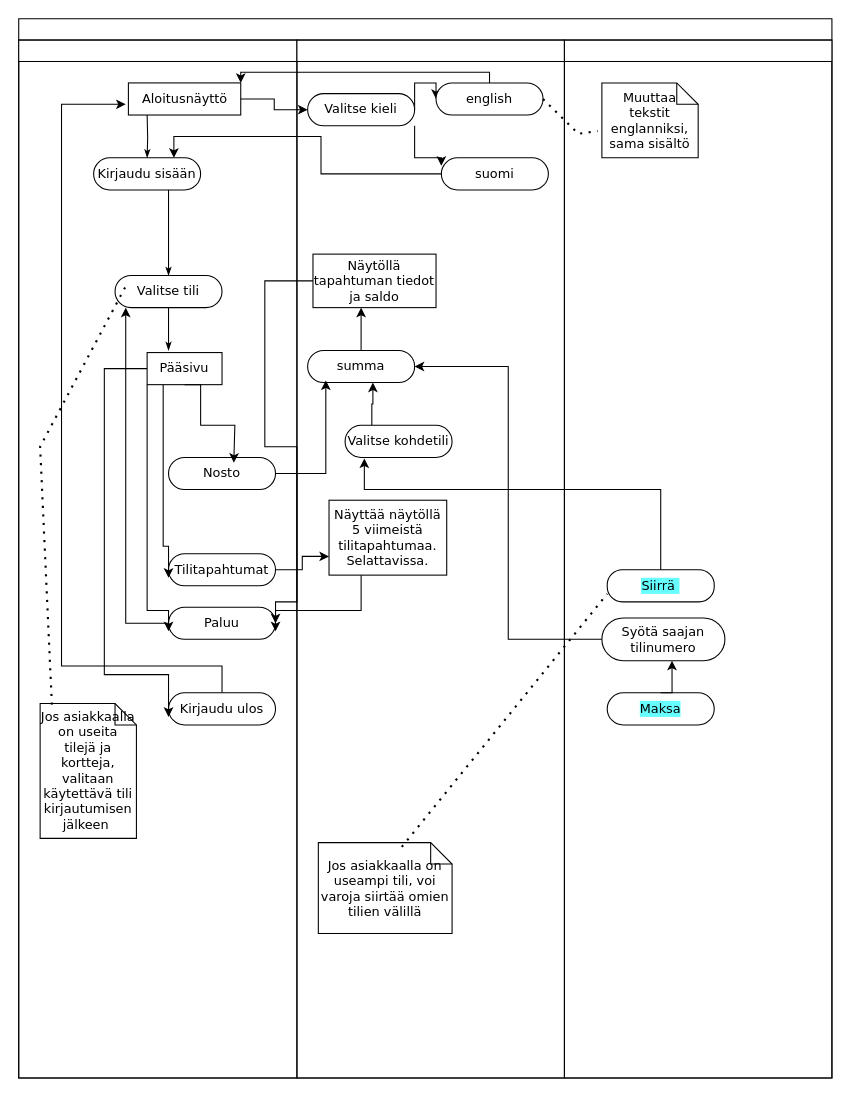
TeAWallin/Olio keeps this draw.io diagram as Nimetön kaavio.drawio. Above is the earlier version. Source tidied: cells renumbered, new cells numbered last; positions are measured from the earlier drawing's top-left corner, leaving out a move shared by most shapes. Both pictures are drawn from the tidied source at 107%, with x=0, y=0 at pixel (18, 18).
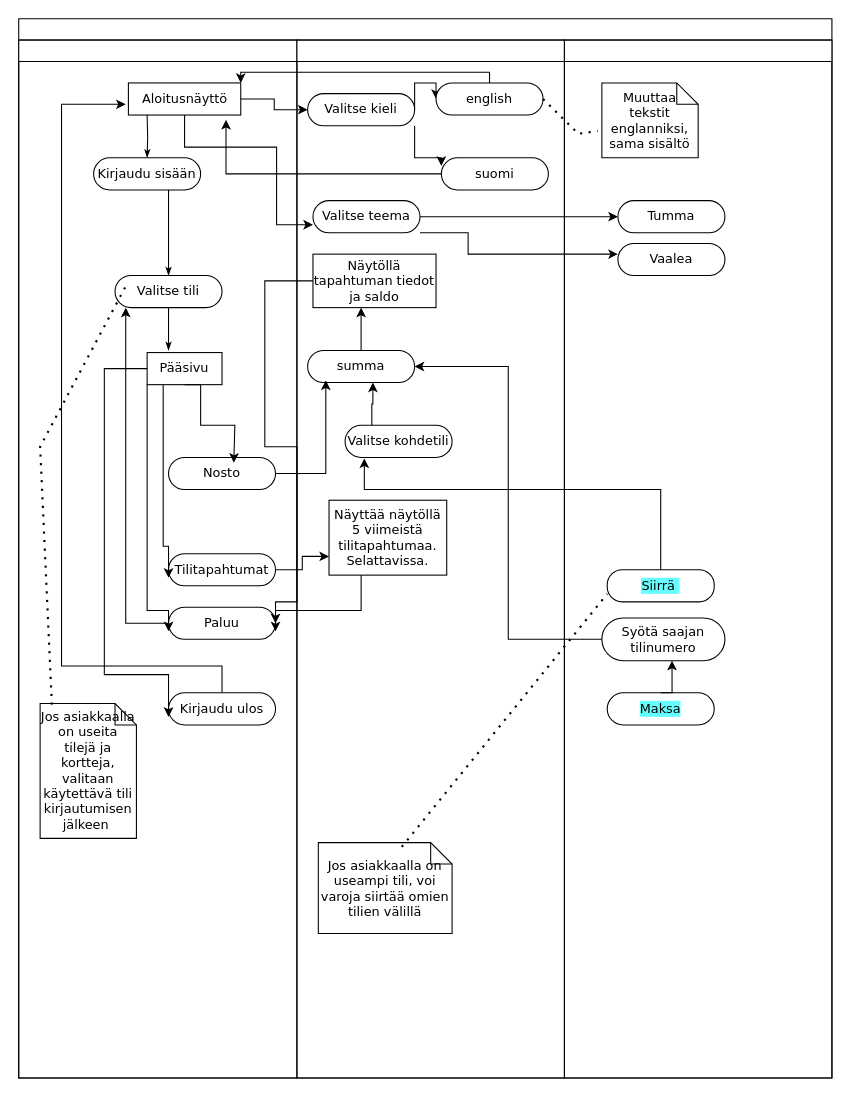
The same page after the edit.

Unchanged cells that the change refers to:
```xml
<mxCell id="2" style="swimlane;html=1;startSize=20;rounded=0;shadow=0;comic=0;labelBackgroundColor=none;strokeWidth=1;fontFamily=Verdana;fontSize=12;align=center;" parent="1" vertex="1">
  <mxGeometry width="760" height="990" as="geometry" />
</mxCell>
<mxCell id="8" value="Kirjaudu sisään" style="rounded=1;whiteSpace=wrap;html=1;shadow=0;comic=0;labelBackgroundColor=none;strokeWidth=1;fontFamily=Verdana;fontSize=12;align=center;arcSize=50;" parent="3" vertex="1">
  <mxGeometry x="70" y="110" width="100" height="30" as="geometry" />
</mxCell>
<mxCell id="23" value="Aloitusnäyttö" style="rounded=0;whiteSpace=wrap;html=1;shadow=0;comic=0;labelBackgroundColor=none;strokeWidth=1;fontFamily=Verdana;fontSize=12;align=center;arcSize=50;" parent="3" vertex="1">
  <mxGeometry x="102.5" y="40" width="105" height="30" as="geometry" />
</mxCell>
<mxCell id="24" style="swimlane;html=1;startSize=20;" parent="2" vertex="1">
  <mxGeometry x="260" y="20" width="250" height="970" as="geometry" />
</mxCell>
<mxCell id="36" value="suomi" style="rounded=1;whiteSpace=wrap;html=1;shadow=0;comic=0;labelBackgroundColor=none;strokeWidth=1;fontFamily=Verdana;fontSize=12;align=center;arcSize=50;" parent="24" vertex="1">
  <mxGeometry x="135" y="110" width="100" height="30" as="geometry" />
</mxCell>
<mxCell id="37" style="swimlane;html=1;startSize=20;" parent="2" vertex="1">
  <mxGeometry x="510" y="20" width="250" height="970" as="geometry" />
</mxCell>
```

What changed in the source:
```diff
@@
+    <mxCell id="54" value="Valitse teema" style="rounded=1;whiteSpace=wrap;html=1;shadow=0;comic=0;labelBackgroundColor=none;strokeWidth=1;fontFamily=Verdana;fontSize=12;align=center;arcSize=50;" parent="24" vertex="1">
+      <mxGeometry x="15" y="150" width="100" height="30" as="geometry" />
+    </mxCell>
@@
+    <mxCell id="55" value="Tumma" style="rounded=1;whiteSpace=wrap;html=1;shadow=0;comic=0;labelBackgroundColor=none;strokeWidth=1;fontFamily=Verdana;fontSize=12;align=center;arcSize=50;" parent="37" vertex="1">
+      <mxGeometry x="50" y="150" width="100" height="30" as="geometry" />
+    </mxCell>
+    <mxCell id="56" value="Vaalea" style="rounded=1;whiteSpace=wrap;html=1;shadow=0;comic=0;labelBackgroundColor=none;strokeWidth=1;fontFamily=Verdana;fontSize=12;align=center;arcSize=50;" parent="37" vertex="1">
+      <mxGeometry x="50" y="190" width="100" height="30" as="geometry" />
+    </mxCell>
@@
-    <mxCell id="51" style="edgeStyle=orthogonalEdgeStyle;rounded=0;jettySize=auto;html=1;entryX=0.75;entryY=0;entryDx=0;entryDy=0;" parent="2" edge="1" source="36" target="8">
+    <mxCell id="51" style="edgeStyle=orthogonalEdgeStyle;rounded=0;jettySize=auto;html=1;entryX=0.869;entryY=1.151;entryDx=0;entryDy=0;entryPerimeter=0;" parent="2" edge="1" source="36" target="23">
       <mxGeometry relative="1" as="geometry" />
     </mxCell>
@@
+    <mxCell id="57" style="edgeStyle=orthogonalEdgeStyle;rounded=0;jettySize=auto;html=1;entryX=0;entryY=0.75;entryDx=0;entryDy=0;" parent="2" edge="1" source="23" target="54">
+      <mxGeometry relative="1" as="geometry">
+        <Array as="points">
+          <mxPoint x="155" y="120" />
+          <mxPoint x="241" y="120" />
+          <mxPoint x="241" y="193" />
+        </Array>
+      </mxGeometry>
+    </mxCell>
+    <mxCell id="58" style="edgeStyle=orthogonalEdgeStyle;rounded=0;jettySize=auto;html=1;entryX=0;entryY=0.5;entryDx=0;entryDy=0;" parent="2" edge="1" source="54" target="55">
+      <mxGeometry relative="1" as="geometry" />
+    </mxCell>
+    <mxCell id="59" style="edgeStyle=orthogonalEdgeStyle;rounded=0;jettySize=auto;html=1;" parent="2" edge="1" source="54" target="56">
+      <mxGeometry relative="1" as="geometry">
+        <Array as="points">
+          <mxPoint x="420" y="200" />
+          <mxPoint x="420" y="220" />
+        </Array>
+      </mxGeometry>
+    </mxCell>
```
